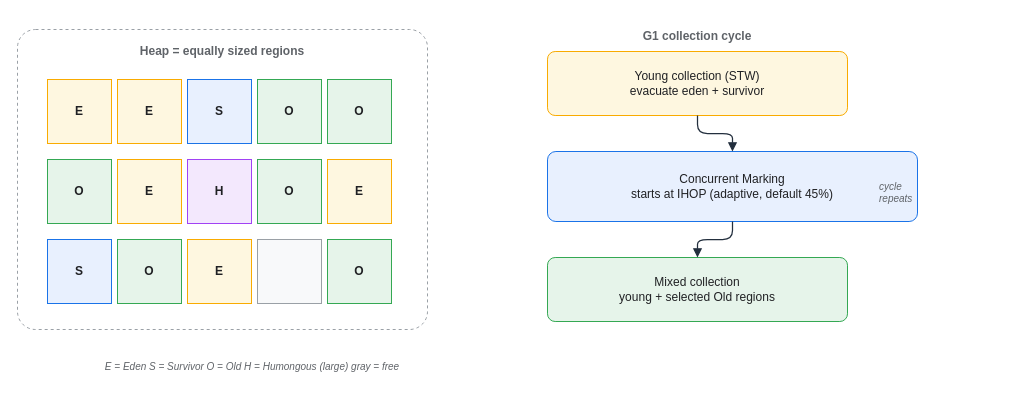
This is assets/img/jvm/jvm-08-g1gc-regions.drawio from KKamJi98/kkamji98.github.io, a draw.io file, before an edit. Source tidied: cells renumbered, new cells numbered last; positions are measured from the earlier drawing's top-left corner, leaving out a move shared by most shapes. Both pictures are drawn from the tidied source at 100%, with x=0, y=0 at pixel (17, 17).
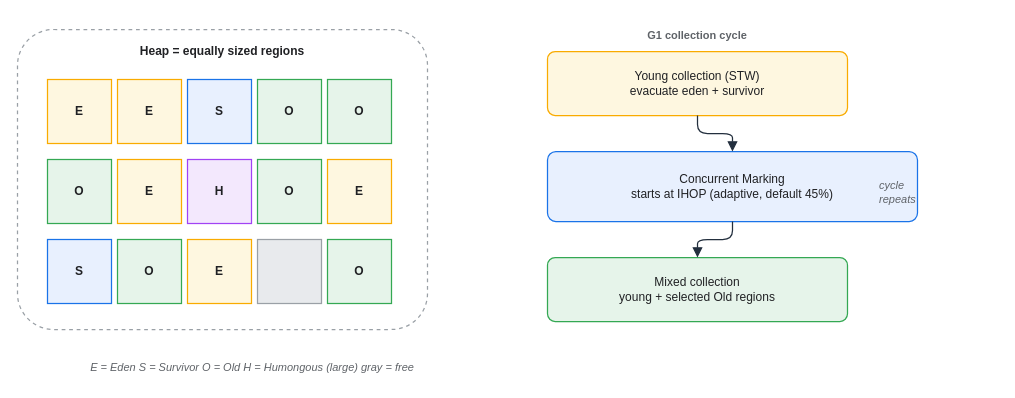
Above is the later version.

Diff of the diagram source:
```diff
@@
-    <mxCell id="2" value="Heap = equally sized regions" style="rounded=1;whiteSpace=wrap;html=0;arcSize=6;shadow=0;fillColor=#FFFFFF;strokeColor=#9AA0A6;fontColor=#5F6368;fontStyle=1;verticalAlign=top;align=center;dashed=1;spacingTop=8;" parent="1" vertex="1">
+    <mxCell id="2" value="Heap = equally sized regions" style="rounded=1;whiteSpace=wrap;html=0;arcSize=12;shadow=0;fillColor=#FFFFFF;strokeColor=#9AA0A6;fontColor=#202124;fontStyle=1;verticalAlign=top;align=center;dashed=1;spacingTop=8;strokeWidth=1.25;" parent="1" vertex="1">
       <mxGeometry y="12" width="410" height="300" as="geometry" />
     </mxCell>
-    <mxCell id="3" value="E" style="rounded=0;whiteSpace=wrap;html=0;shadow=0;fillColor=#FEF7E0;strokeColor=#F9AB00;fontColor=#202124;fontStyle=1;" parent="1" vertex="1">
+    <mxCell id="3" value="E" style="rounded=0;whiteSpace=wrap;html=0;shadow=0;fillColor=#FEF7E0;strokeColor=#F9AB00;fontColor=#202124;fontStyle=1;strokeWidth=1.25;" parent="1" vertex="1">
       <mxGeometry x="30" y="62" width="64" height="64" as="geometry" />
     </mxCell>
-    <mxCell id="4" value="E" style="rounded=0;whiteSpace=wrap;html=0;shadow=0;fillColor=#FEF7E0;strokeColor=#F9AB00;fontColor=#202124;fontStyle=1;" parent="1" vertex="1">
+    <mxCell id="4" value="E" style="rounded=0;whiteSpace=wrap;html=0;shadow=0;fillColor=#FEF7E0;strokeColor=#F9AB00;fontColor=#202124;fontStyle=1;strokeWidth=1.25;" parent="1" vertex="1">
       <mxGeometry x="100" y="62" width="64" height="64" as="geometry" />
     </mxCell>
-    <mxCell id="5" value="S" style="rounded=0;whiteSpace=wrap;html=0;shadow=0;fillColor=#E8F0FE;strokeColor=#1A73E8;fontColor=#202124;fontStyle=1;" parent="1" vertex="1">
+    <mxCell id="5" value="S" style="rounded=0;whiteSpace=wrap;html=0;shadow=0;fillColor=#E8F0FE;strokeColor=#1A73E8;fontColor=#202124;fontStyle=1;strokeWidth=1.25;" parent="1" vertex="1">
       <mxGeometry x="170" y="62" width="64" height="64" as="geometry" />
     </mxCell>
-    <mxCell id="6" value="O" style="rounded=0;whiteSpace=wrap;html=0;shadow=0;fillColor=#E6F4EA;strokeColor=#34A853;fontColor=#202124;fontStyle=1;" parent="1" vertex="1">
+    <mxCell id="6" value="O" style="rounded=0;whiteSpace=wrap;html=0;shadow=0;fillColor=#E6F4EA;strokeColor=#34A853;fontColor=#202124;fontStyle=1;strokeWidth=1.25;" parent="1" vertex="1">
       <mxGeometry x="240" y="62" width="64" height="64" as="geometry" />
     </mxCell>
-    <mxCell id="7" value="O" style="rounded=0;whiteSpace=wrap;html=0;shadow=0;fillColor=#E6F4EA;strokeColor=#34A853;fontColor=#202124;fontStyle=1;" parent="1" vertex="1">
+    <mxCell id="7" value="O" style="rounded=0;whiteSpace=wrap;html=0;shadow=0;fillColor=#E6F4EA;strokeColor=#34A853;fontColor=#202124;fontStyle=1;strokeWidth=1.25;" parent="1" vertex="1">
       <mxGeometry x="310" y="62" width="64" height="64" as="geometry" />
     </mxCell>
-    <mxCell id="8" value="O" style="rounded=0;whiteSpace=wrap;html=0;shadow=0;fillColor=#E6F4EA;strokeColor=#34A853;fontColor=#202124;fontStyle=1;" parent="1" vertex="1">
+    <mxCell id="8" value="O" style="rounded=0;whiteSpace=wrap;html=0;shadow=0;fillColor=#E6F4EA;strokeColor=#34A853;fontColor=#202124;fontStyle=1;strokeWidth=1.25;" parent="1" vertex="1">
       <mxGeometry x="30" y="142" width="64" height="64" as="geometry" />
     </mxCell>
-    <mxCell id="9" value="E" style="rounded=0;whiteSpace=wrap;html=0;shadow=0;fillColor=#FEF7E0;strokeColor=#F9AB00;fontColor=#202124;fontStyle=1;" parent="1" vertex="1">
+    <mxCell id="9" value="E" style="rounded=0;whiteSpace=wrap;html=0;shadow=0;fillColor=#FEF7E0;strokeColor=#F9AB00;fontColor=#202124;fontStyle=1;strokeWidth=1.25;" parent="1" vertex="1">
       <mxGeometry x="100" y="142" width="64" height="64" as="geometry" />
     </mxCell>
-    <mxCell id="10" value="H" style="rounded=0;whiteSpace=wrap;html=0;shadow=0;fillColor=#F3E8FD;strokeColor=#A142F4;fontColor=#202124;fontStyle=1;" parent="1" vertex="1">
+    <mxCell id="10" value="H" style="rounded=0;whiteSpace=wrap;html=0;shadow=0;fillColor=#F3E8FD;strokeColor=#A142F4;fontColor=#202124;fontStyle=1;strokeWidth=1.25;" parent="1" vertex="1">
       <mxGeometry x="170" y="142" width="64" height="64" as="geometry" />
     </mxCell>
-    <mxCell id="11" value="O" style="rounded=0;whiteSpace=wrap;html=0;shadow=0;fillColor=#E6F4EA;strokeColor=#34A853;fontColor=#202124;fontStyle=1;" parent="1" vertex="1">
+    <mxCell id="11" value="O" style="rounded=0;whiteSpace=wrap;html=0;shadow=0;fillColor=#E6F4EA;strokeColor=#34A853;fontColor=#202124;fontStyle=1;strokeWidth=1.25;" parent="1" vertex="1">
       <mxGeometry x="240" y="142" width="64" height="64" as="geometry" />
     </mxCell>
-    <mxCell id="12" value="E" style="rounded=0;whiteSpace=wrap;html=0;shadow=0;fillColor=#FEF7E0;strokeColor=#F9AB00;fontColor=#202124;fontStyle=1;" parent="1" vertex="1">
+    <mxCell id="12" value="E" style="rounded=0;whiteSpace=wrap;html=0;shadow=0;fillColor=#FEF7E0;strokeColor=#F9AB00;fontColor=#202124;fontStyle=1;strokeWidth=1.25;" parent="1" vertex="1">
       <mxGeometry x="310" y="142" width="64" height="64" as="geometry" />
     </mxCell>
-    <mxCell id="13" value="S" style="rounded=0;whiteSpace=wrap;html=0;shadow=0;fillColor=#E8F0FE;strokeColor=#1A73E8;fontColor=#202124;fontStyle=1;" parent="1" vertex="1">
+    <mxCell id="13" value="S" style="rounded=0;whiteSpace=wrap;html=0;shadow=0;fillColor=#E8F0FE;strokeColor=#1A73E8;fontColor=#202124;fontStyle=1;strokeWidth=1.25;" parent="1" vertex="1">
       <mxGeometry x="30" y="222" width="64" height="64" as="geometry" />
     </mxCell>
-    <mxCell id="14" value="O" style="rounded=0;whiteSpace=wrap;html=0;shadow=0;fillColor=#E6F4EA;strokeColor=#34A853;fontColor=#202124;fontStyle=1;" parent="1" vertex="1">
+    <mxCell id="14" value="O" style="rounded=0;whiteSpace=wrap;html=0;shadow=0;fillColor=#E6F4EA;strokeColor=#34A853;fontColor=#202124;fontStyle=1;strokeWidth=1.25;" parent="1" vertex="1">
       <mxGeometry x="100" y="222" width="64" height="64" as="geometry" />
     </mxCell>
-    <mxCell id="15" value="E" style="rounded=0;whiteSpace=wrap;html=0;shadow=0;fillColor=#FEF7E0;strokeColor=#F9AB00;fontColor=#202124;fontStyle=1;" parent="1" vertex="1">
+    <mxCell id="15" value="E" style="rounded=0;whiteSpace=wrap;html=0;shadow=0;fillColor=#FEF7E0;strokeColor=#F9AB00;fontColor=#202124;fontStyle=1;strokeWidth=1.25;" parent="1" vertex="1">
       <mxGeometry x="170" y="222" width="64" height="64" as="geometry" />
     </mxCell>
-    <mxCell id="16" style="rounded=0;whiteSpace=wrap;html=0;shadow=0;fillColor=#F8F9FA;strokeColor=#9AA0A6;fontColor=#202124;" parent="1" vertex="1">
+    <mxCell id="16" style="rounded=0;whiteSpace=wrap;html=0;shadow=0;fillColor=#E8EAED;strokeColor=#9AA0A6;fontColor=#202124;strokeWidth=1.25;" parent="1" vertex="1">
       <mxGeometry x="240" y="222" width="64" height="64" as="geometry" />
     </mxCell>
-    <mxCell id="17" value="O" style="rounded=0;whiteSpace=wrap;html=0;shadow=0;fillColor=#E6F4EA;strokeColor=#34A853;fontColor=#202124;fontStyle=1;" parent="1" vertex="1">
+    <mxCell id="17" value="O" style="rounded=0;whiteSpace=wrap;html=0;shadow=0;fillColor=#E6F4EA;strokeColor=#34A853;fontColor=#202124;fontStyle=1;strokeWidth=1.25;" parent="1" vertex="1">
       <mxGeometry x="310" y="222" width="64" height="64" as="geometry" />
     </mxCell>
-    <mxCell id="18" value="E = Eden    S = Survivor    O = Old    H = Humongous (large)    gray = free" style="text;html=0;align=center;verticalAlign=middle;fontSize=10;fontColor=#5F6368;fontStyle=2;" parent="1" vertex="1">
+    <mxCell id="18" value="E = Eden    S = Survivor    O = Old    H = Humongous (large)    gray = free" style="text;html=0;align=center;verticalAlign=middle;fontSize=11;fontColor=#5F6368;fontStyle=2;" parent="1" vertex="1">
       <mxGeometry y="334" width="470" height="30" as="geometry" />
     </mxCell>
-    <mxCell id="19" value="G1 collection cycle" style="text;html=0;align=center;verticalAlign=middle;fontSize=12;fontStyle=1;fontColor=#5F6368;" parent="1" vertex="1">
+    <mxCell id="19" value="G1 collection cycle" style="text;html=0;align=center;verticalAlign=middle;fontSize=11;fontStyle=1;fontColor=#5F6368;" parent="1" vertex="1">
       <mxGeometry x="520" width="320" height="35" as="geometry" />
     </mxCell>
-    <mxCell id="20" value="Young collection (STW)&#10;evacuate eden + survivor" style="rounded=1;whiteSpace=wrap;html=0;arcSize=12;shadow=0;fillColor=#FEF7E0;strokeColor=#F9AB00;fontColor=#202124;" parent="1" vertex="1">
+    <mxCell id="20" value="Young collection (STW)&#10;evacuate eden + survivor" style="rounded=1;whiteSpace=wrap;html=0;arcSize=12;shadow=0;fillColor=#FEF7E0;strokeColor=#F9AB00;fontColor=#202124;strokeWidth=1.25;" parent="1" vertex="1">
       <mxGeometry x="530" y="34" width="300" height="64" as="geometry" />
     </mxCell>
-    <mxCell id="21" value="Concurrent Marking&#10;starts at IHOP (adaptive, default 45%)" style="rounded=1;whiteSpace=wrap;html=0;arcSize=12;shadow=0;fillColor=#E8F0FE;strokeColor=#1A73E8;fontColor=#202124;" parent="1" vertex="1">
+    <mxCell id="21" value="Concurrent Marking&#10;starts at IHOP (adaptive, default 45%)" style="rounded=1;whiteSpace=wrap;html=0;arcSize=12;shadow=0;fillColor=#E8F0FE;strokeColor=#1A73E8;fontColor=#202124;strokeWidth=1.25;" parent="1" vertex="1">
       <mxGeometry x="530" y="134" width="370" height="70" as="geometry" />
     </mxCell>
-    <mxCell id="22" value="Mixed collection&#10;young + selected Old regions" style="rounded=1;whiteSpace=wrap;html=0;arcSize=12;shadow=0;fillColor=#E6F4EA;strokeColor=#34A853;fontColor=#202124;" parent="1" vertex="1">
+    <mxCell id="22" value="Mixed collection&#10;young + selected Old regions" style="rounded=1;whiteSpace=wrap;html=0;arcSize=12;shadow=0;fillColor=#E6F4EA;strokeColor=#34A853;fontColor=#202124;strokeWidth=1.25;" parent="1" vertex="1">
       <mxGeometry x="530" y="240" width="300" height="64" as="geometry" />
     </mxCell>
-    <mxCell id="23" value="cycle&#10;repeats" style="text;html=0;align=left;verticalAlign=middle;whiteSpace=wrap;fontSize=10;fontColor=#5F6368;fontStyle=2;" parent="1" vertex="1">
+    <mxCell id="23" value="cycle&#10;repeats" style="text;html=0;align=left;verticalAlign=middle;whiteSpace=wrap;fontSize=11;fontColor=#5F6368;fontStyle=2;" parent="1" vertex="1">
       <mxGeometry x="860" y="152" width="120" height="45" as="geometry" />
     </mxCell>
-    <mxCell id="24" style="edgeStyle=orthogonalEdgeStyle;rounded=1;html=0;strokeColor=#232F3E;fontColor=#232F3E;labelBackgroundColor=none;endArrow=block;exitX=0.5;exitY=1;exitDx=0;exitDy=0;entryX=0.5;entryY=0;entryDx=0;entryDy=0;strokeWidth=1.25;" parent="1" edge="1" source="20" target="21">
+    <mxCell id="24" style="edgeStyle=orthogonalEdgeStyle;rounded=1;html=0;strokeColor=#232F3E;fontColor=#202124;labelBackgroundColor=none;endArrow=block;exitX=0.5;exitY=1;exitDx=0;exitDy=0;entryX=0.5;entryY=0;entryDx=0;entryDy=0;strokeWidth=1.25;endSize=7;" parent="1" edge="1" source="20" target="21">
       <mxGeometry relative="1" as="geometry" />
     </mxCell>
-    <mxCell id="25" style="edgeStyle=orthogonalEdgeStyle;rounded=1;html=0;strokeColor=#232F3E;fontColor=#232F3E;labelBackgroundColor=none;endArrow=block;exitX=0.5;exitY=1;exitDx=0;exitDy=0;entryX=0.5;entryY=0;entryDx=0;entryDy=0;strokeWidth=1.25;" parent="1" edge="1" source="21" target="22">
+    <mxCell id="25" style="edgeStyle=orthogonalEdgeStyle;rounded=1;html=0;strokeColor=#232F3E;fontColor=#202124;labelBackgroundColor=none;endArrow=block;exitX=0.5;exitY=1;exitDx=0;exitDy=0;entryX=0.5;entryY=0;entryDx=0;entryDy=0;strokeWidth=1.25;endSize=7;" parent="1" edge="1" source="21" target="22">
       <mxGeometry relative="1" as="geometry" />
     </mxCell>
```
